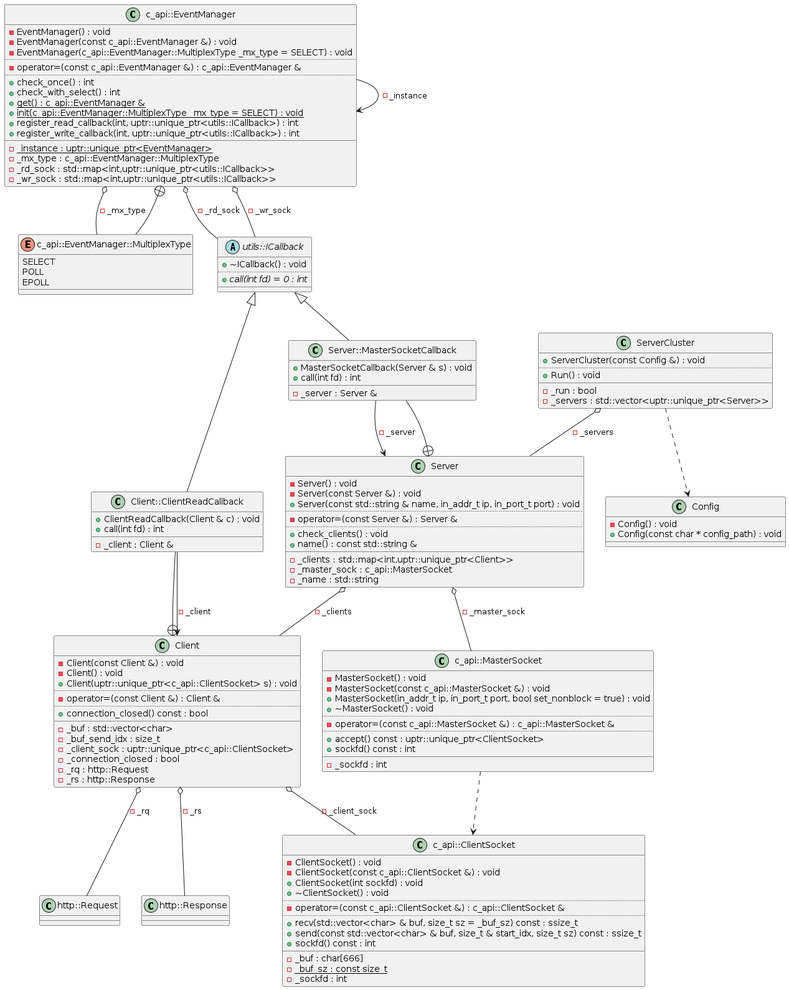
ChimPansky/42_webserv keeps this PlantUML diagram as docs/old_server_structure.png. Above is the earlier version.
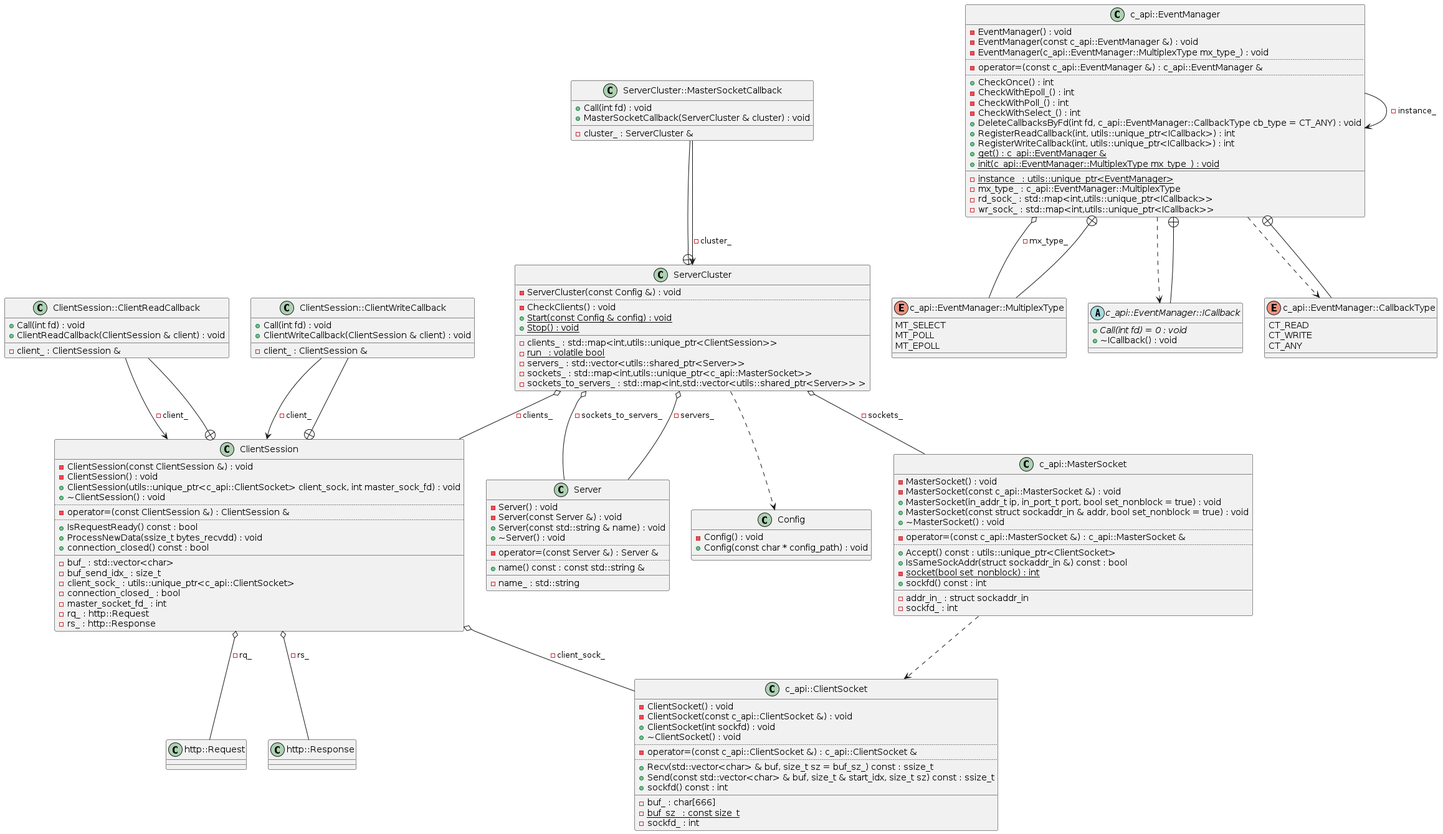
The same diagram one commit later.

Commit message:
docs: add UML diagrams

Change to the diagram source:
```diff
@@ -1,4 +1,10 @@
 @startuml
+class "Config" as C_0008289891971916880997
+class C_0008289891971916880997 {
+-Config() : void
++Config(const char * config_path) : void
+__
+}
 class "c_api::ClientSocket" as C_0006183579169578681873
 class C_0006183579169578681873 {
 -ClientSocket() : void
@@ -8,53 +14,72 @@
 ..
 -operator=(const c_api::ClientSocket &) : c_api::ClientSocket &
 ..
-+recv(std::vector<char> & buf, size_t sz = _buf_sz) const : ssize_t
-+send(const std::vector<char> & buf, size_t & start_idx, size_t sz) const : ssize_t
++Recv(std::vector<char> & buf, size_t sz = buf_sz_) const : ssize_t
++Send(const std::vector<char> & buf, size_t & start_idx, size_t sz) const : ssize_t
 +sockfd() const : int
 __
--_buf : char[666]
-{static} -_buf_sz : const size_t
--_sockfd : int
+-buf_ : char[666]
+{static} -buf_sz_ : const size_t
+-sockfd_ : int
 }
 class "c_api::EventManager" as C_0014891154616151307795
 class C_0014891154616151307795 {
 -EventManager() : void
 -EventManager(const c_api::EventManager &) : void
--EventManager(c_api::EventManager::MultiplexType _mx_type = SELECT) : void
+-EventManager(c_api::EventManager::MultiplexType mx_type_) : void
 ..
 -operator=(const c_api::EventManager &) : c_api::EventManager &
 ..
-+check_once() : int
-+check_with_select() : int
++CheckOnce() : int
+-CheckWithEpoll_() : int
+-CheckWithPoll_() : int
+-CheckWithSelect_() : int
++DeleteCallbacksByFd(int fd, c_api::EventManager::CallbackType cb_type = CT_ANY) : void
++RegisterReadCallback(int, utils::unique_ptr<ICallback>) : int
++RegisterWriteCallback(int, utils::unique_ptr<ICallback>) : int
 {static} +get() : c_api::EventManager &
-{static} +init(c_api::EventManager::MultiplexType _mx_type = SELECT) : void
-+register_read_callback(int, uptr::unique_ptr<utils::ICallback>) : int
-+register_write_callback(int, uptr::unique_ptr<utils::ICallback>) : int
+{static} +init(c_api::EventManager::MultiplexType mx_type_) : void
 __
-{static} -_instance : uptr::unique_ptr<EventManager>
--_mx_type : c_api::EventManager::MultiplexType
--_rd_sock : std::map<int,uptr::unique_ptr<utils::ICallback>>
--_wr_sock : std::map<int,uptr::unique_ptr<utils::ICallback>>
+{static} -instance_ : utils::unique_ptr<EventManager>
+-mx_type_ : c_api::EventManager::MultiplexType
+-rd_sock_ : std::map<int,utils::unique_ptr<ICallback>>
+-wr_sock_ : std::map<int,utils::unique_ptr<ICallback>>
 }
 enum "c_api::EventManager::MultiplexType" as C_0012381108986754351330
 enum C_0012381108986754351330 {
-SELECT
-POLL
-EPOLL
+MT_SELECT
+MT_POLL
+MT_EPOLL
+}
+abstract "c_api::EventManager::ICallback" as C_0001529050940405944751
+abstract C_0001529050940405944751 {
+{abstract} +Call(int fd) = 0 : void
++~ICallback() : void
+__
+}
+enum "c_api::EventManager::CallbackType" as C_0010956172104776144267
+enum C_0010956172104776144267 {
+CT_READ
+CT_WRITE
+CT_ANY
 }
 class "c_api::MasterSocket" as C_0000429903258282207458
 class C_0000429903258282207458 {
 -MasterSocket() : void
 -MasterSocket(const c_api::MasterSocket &) : void
 +MasterSocket(in_addr_t ip, in_port_t port, bool set_nonblock = true) : void
++MasterSocket(const struct sockaddr_in & addr, bool set_nonblock = true) : void
 +~MasterSocket() : void
 ..
 -operator=(const c_api::MasterSocket &) : c_api::MasterSocket &
 ..
-+accept() const : uptr::unique_ptr<ClientSocket>
++Accept() const : utils::unique_ptr<ClientSocket>
++IsSameSockAddr(struct sockaddr_in &) const : bool
+{static} -socket(bool set_nonblock) : int
 +sockfd() const : int
 __
--_sockfd : int
+-addr_in_ : struct sockaddr_in
+-sockfd_ : int
 }
 class "http::Request" as C_0002071445676245365158
 class C_0002071445676245365158 {
@@ -64,92 +89,96 @@
 class C_0001740473277793223816 {
 __
 }
-abstract "utils::ICallback" as C_0016315855706641176240
-abstract C_0016315855706641176240 {
-+~ICallback() : void
+class "ClientSession" as C_0013630447627125416768
+class C_0013630447627125416768 {
+-ClientSession(const ClientSession &) : void
+-ClientSession() : void
++ClientSession(utils::unique_ptr<c_api::ClientSocket> client_sock, int master_sock_fd) : void
++~ClientSession() : void
 ..
-{abstract} +call(int fd) = 0 : int
-__
-}
-class "Client" as C_0009036792685107474111
-class C_0009036792685107474111 {
--Client(const Client &) : void
--Client() : void
-+Client(uptr::unique_ptr<c_api::ClientSocket> s) : void
+-operator=(const ClientSession &) : ClientSession &
 ..
--operator=(const Client &) : Client &
-..
++IsRequestReady() const : bool
++ProcessNewData(ssize_t bytes_recvdd) : void
 +connection_closed() const : bool
 __
--_buf : std::vector<char>
--_buf_send_idx : size_t
--_client_sock : uptr::unique_ptr<c_api::ClientSocket>
--_connection_closed : bool
--_rq : http::Request
--_rs : http::Response
+-buf_ : std::vector<char>
+-buf_send_idx_ : size_t
+-client_sock_ : utils::unique_ptr<c_api::ClientSocket>
+-connection_closed_ : bool
+-master_socket_fd_ : int
+-rq_ : http::Request
+-rs_ : http::Response
 }
-class "Client::ClientReadCallback" as C_0004911632940573844697
-class C_0004911632940573844697 {
-+ClientReadCallback(Client & c) : void
-+call(int fd) : int
+class "ClientSession::ClientReadCallback" as C_0003616429367591198319
+class C_0003616429367591198319 {
++Call(int fd) : void
++ClientReadCallback(ClientSession & client) : void
 __
--_client : Client &
+-client_ : ClientSession &
 }
-class "Config" as C_0008289891971916880997
-class C_0008289891971916880997 {
--Config() : void
-+Config(const char * config_path) : void
+class "ClientSession::ClientWriteCallback" as C_0010125649719617549222
+class C_0010125649719617549222 {
++Call(int fd) : void
++ClientWriteCallback(ClientSession & client) : void
 __
+-client_ : ClientSession &
 }
 class "Server" as C_0007168929316485241399
 class C_0007168929316485241399 {
 -Server() : void
 -Server(const Server &) : void
-+Server(const std::string & name, in_addr_t ip, in_port_t port) : void
++Server(const std::string & name) : void
++~Server() : void
 ..
 -operator=(const Server &) : Server &
 ..
-+check_clients() : void
-+name() : const std::string &
++name() const : const std::string &
 __
--_clients : std::map<int,uptr::unique_ptr<Client>>
--_master_sock : c_api::MasterSocket
--_name : std::string
-}
-class "Server::MasterSocketCallback" as C_0016990061365080994540
-class C_0016990061365080994540 {
-+MasterSocketCallback(Server & s) : void
-+call(int fd) : int
-__
--_server : Server &
+-name_ : std::string
 }
 class "ServerCluster" as C_0018261038109130704555
 class C_0018261038109130704555 {
-+ServerCluster(const Config &) : void
+-ServerCluster(const Config &) : void
 ..
-+Run() : void
+-CheckClients() : void
+{static} +Start(const Config & config) : void
+{static} +Stop() : void
 __
--_run : bool
--_servers : std::vector<uptr::unique_ptr<Server>>
+-clients_ : std::map<int,utils::unique_ptr<ClientSession>>
+{static} -run_ : volatile bool
+-servers_ : std::vector<utils::shared_ptr<Server>>
+-sockets_ : std::map<int,utils::unique_ptr<c_api::MasterSocket>>
+-sockets_to_servers_ : std::map<int,std::vector<utils::shared_ptr<Server>> >
 }
-C_0014891154616151307795 o-- C_0016315855706641176240 : -_rd_sock
-C_0014891154616151307795 o-- C_0016315855706641176240 : -_wr_sock
-C_0014891154616151307795 o-- C_0012381108986754351330 : -_mx_type
-C_0014891154616151307795 --> C_0014891154616151307795 : -_instance
+class "ServerCluster::MasterSocketCallback" as C_0008783000988380148125
+class C_0008783000988380148125 {
++Call(int fd) : void
++MasterSocketCallback(ServerCluster & cluster) : void
+__
+-cluster_ : ServerCluster &
+}
+C_0014891154616151307795 ..> C_0001529050940405944751
+C_0014891154616151307795 ..> C_0010956172104776144267
+C_0014891154616151307795 o-- C_0012381108986754351330 : -mx_type_
+C_0014891154616151307795 --> C_0014891154616151307795 : -instance_
 C_0012381108986754351330 --+ C_0014891154616151307795
+C_0001529050940405944751 --+ C_0014891154616151307795
+C_0010956172104776144267 --+ C_0014891154616151307795
 C_0000429903258282207458 ..> C_0006183579169578681873
-C_0009036792685107474111 o-- C_0006183579169578681873 : -_client_sock
-C_0009036792685107474111 o-- C_0002071445676245365158 : -_rq
-C_0009036792685107474111 o-- C_0001740473277793223816 : -_rs
-C_0004911632940573844697 --+ C_0009036792685107474111
-C_0004911632940573844697 --> C_0009036792685107474111 : -_client
-C_0016315855706641176240 <|-- C_0004911632940573844697
-C_0007168929316485241399 o-- C_0000429903258282207458 : -_master_sock
-C_0007168929316485241399 o-- C_0009036792685107474111 : -_clients
-C_0016990061365080994540 --+ C_0007168929316485241399
-C_0016990061365080994540 --> C_0007168929316485241399 : -_server
-C_0016315855706641176240 <|-- C_0016990061365080994540
+C_0013630447627125416768 o-- C_0006183579169578681873 : -client_sock_
+C_0013630447627125416768 o-- C_0002071445676245365158 : -rq_
+C_0013630447627125416768 o-- C_0001740473277793223816 : -rs_
+C_0003616429367591198319 --+ C_0013630447627125416768
+C_0003616429367591198319 --> C_0013630447627125416768 : -client_
+C_0010125649719617549222 --+ C_0013630447627125416768
+C_0010125649719617549222 --> C_0013630447627125416768 : -client_
 C_0018261038109130704555 ..> C_0008289891971916880997
-C_0018261038109130704555 o-- C_0007168929316485241399 : -_servers
+C_0018261038109130704555 o-- C_0000429903258282207458 : -sockets_
+C_0018261038109130704555 o-- C_0007168929316485241399 : -servers_
+C_0018261038109130704555 o-- C_0007168929316485241399 : -sockets_to_servers_
+C_0018261038109130704555 o-- C_0013630447627125416768 : -clients_
+C_0008783000988380148125 --+ C_0018261038109130704555
+C_0008783000988380148125 --> C_0018261038109130704555 : -cluster_
 
 @enduml
```
